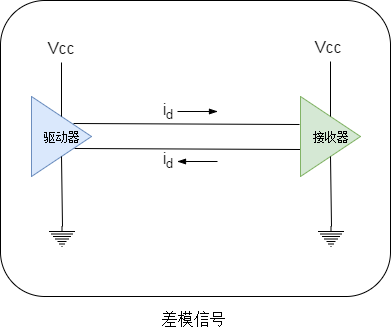
Earlier version of the draw.io export 2018-01-25-差模信号.png (zhangqunwei/Image-material). Source tidied: cells renumbered, new cells last; positions are measured from the earlier drawing's top-left corner, leaving out a move shared by most shapes.
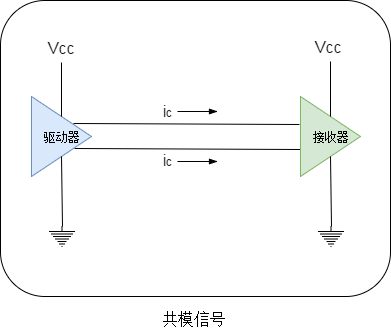
The same file after the commit.

The edit, as a diff of the source:
```diff
@@ -66,7 +66,7 @@
     <mxCell id="18" value="Vcc" style="text;html=1;fontSize=16;shadow=0;fillColor=#ffffff;strokeColor=none;" parent="7" vertex="1">
       <mxGeometry x="283" width="50" height="30" as="geometry" />
     </mxCell>
-    <mxCell id="19" value="差模信号" style="text;html=1;strokeColor=none;fillColor=#ffffff;align=center;verticalAlign=middle;whiteSpace=wrap;rounded=0;shadow=0;fontSize=16;" parent="3" vertex="1">
+    <mxCell id="19" value="共模信号" style="text;html=1;strokeColor=none;fillColor=#ffffff;align=center;verticalAlign=middle;whiteSpace=wrap;rounded=0;shadow=0;fontSize=16;" parent="3" vertex="1">
       <mxGeometry x="78" y="308" width="230" height="20" as="geometry" />
     </mxCell>
     <mxCell id="20" style="endArrow=blockThin;html=1;shadow=0;fontSize=16;endFill=1;" parent="3" edge="1">
@@ -77,14 +77,14 @@
     </mxCell>
     <mxCell id="21" style="endArrow=blockThin;html=1;shadow=0;fontSize=16;endFill=1;" parent="3" edge="1">
       <mxGeometry relative="1" as="geometry">
-        <mxPoint x="217" y="161" as="sourcePoint" />
-        <mxPoint x="177" y="161" as="targetPoint" />
+        <mxPoint x="177" y="161" as="sourcePoint" />
+        <mxPoint x="217" y="161" as="targetPoint" />
       </mxGeometry>
     </mxCell>
-    <mxCell id="22" value="i&lt;sub&gt;d&lt;/sub&gt;" style="text;html=1;strokeColor=none;fillColor=none;align=center;verticalAlign=middle;whiteSpace=wrap;rounded=0;shadow=0;fontSize=16;" parent="3" vertex="1">
+    <mxCell id="22" value="i&lt;span style=&quot;font-size: 13.3333px&quot;&gt;c&lt;/span&gt;" style="text;html=1;strokeColor=none;fillColor=none;align=center;verticalAlign=middle;whiteSpace=wrap;rounded=0;shadow=0;fontSize=16;" parent="3" vertex="1">
       <mxGeometry x="147" y="100" width="40" height="20" as="geometry" />
     </mxCell>
-    <mxCell id="23" value="i&lt;sub&gt;d&lt;/sub&gt;" style="text;html=1;strokeColor=none;fillColor=none;align=center;verticalAlign=middle;whiteSpace=wrap;rounded=0;shadow=0;fontSize=16;" parent="3" vertex="1">
+    <mxCell id="23" value="i&lt;span style=&quot;font-size: 13.3333px&quot;&gt;c&lt;/span&gt;" style="text;html=1;strokeColor=none;fillColor=none;align=center;verticalAlign=middle;whiteSpace=wrap;rounded=0;shadow=0;fontSize=16;" parent="3" vertex="1">
       <mxGeometry x="147" y="149" width="40" height="20" as="geometry" />
     </mxCell>
     <mxCell id="24" style="edgeStyle=orthogonalEdgeStyle;rounded=0;html=1;exitX=0.75;exitY=1;entryX=0.75;entryY=1;dashed=1;jettySize=auto;orthogonalLoop=1;strokeColor=#00FF00;" parent="3" edge="1" source="22" target="22">
```
